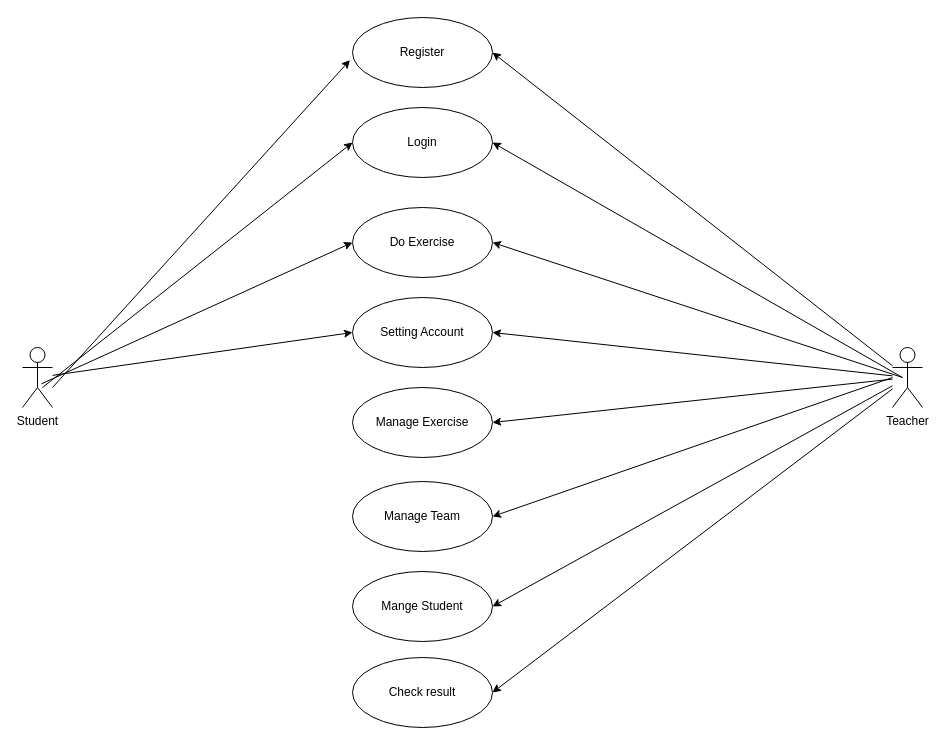
AutomatedAssessmentofPythonProgramming/CEProject65-41 keeps this draw.io diagram as page "UseCase" (2 of 7) of ActivityDiagram.drawio. Above is the earlier version. Source tidied: cells renumbered, new cells numbered last; positions are measured from the earlier drawing's top-left corner, leaving out a move shared by most shapes. Both pictures are drawn from the tidied source at 100%, with x=0, y=0 at pixel (22, 17).
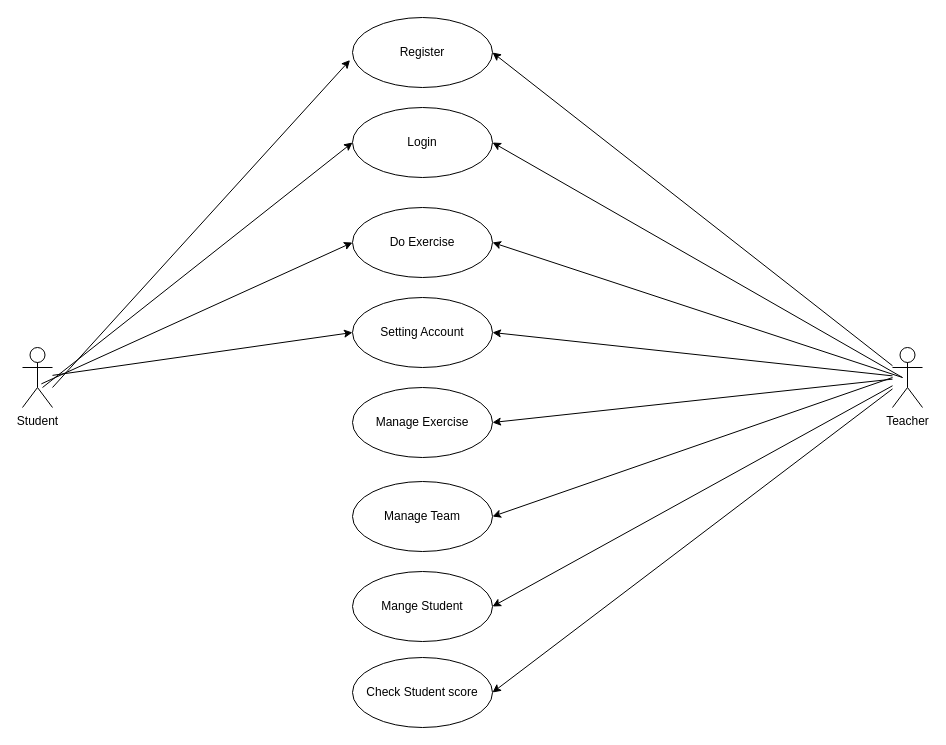
After the change.

Change to the diagram source:
```diff
@@
-    <mxCell id="11" value="Check result" style="ellipse;whiteSpace=wrap;html=1;fillColor=none;gradientColor=default;" parent="1" vertex="1">
+    <mxCell id="11" value="Check Student score" style="ellipse;whiteSpace=wrap;html=1;fillColor=none;gradientColor=default;" parent="1" vertex="1">
       <mxGeometry x="330" y="640" width="140" height="70" as="geometry" />
     </mxCell>
```
